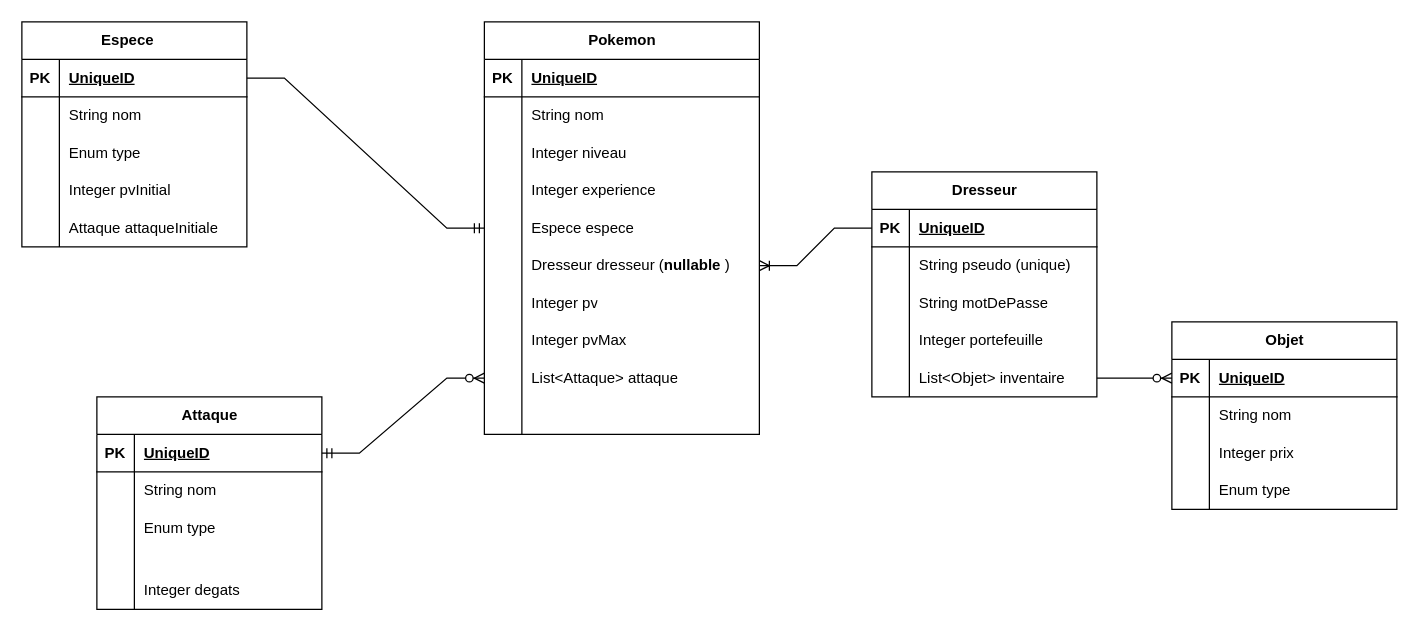
2024-06-24-POE-JAVA-NIORT-DISTANCIEL/tp-rest-pokemon-groupe-3 keeps this draw.io diagram as TP Pokemon.drawio.xml. Above is the earlier version. Source tidied: cells renumbered, new cells numbered last; positions are measured from the earlier drawing's top-left corner, leaving out a move shared by most shapes. Both pictures are drawn from the tidied source at 125%, with x=0, y=0 at pixel (21, 21).
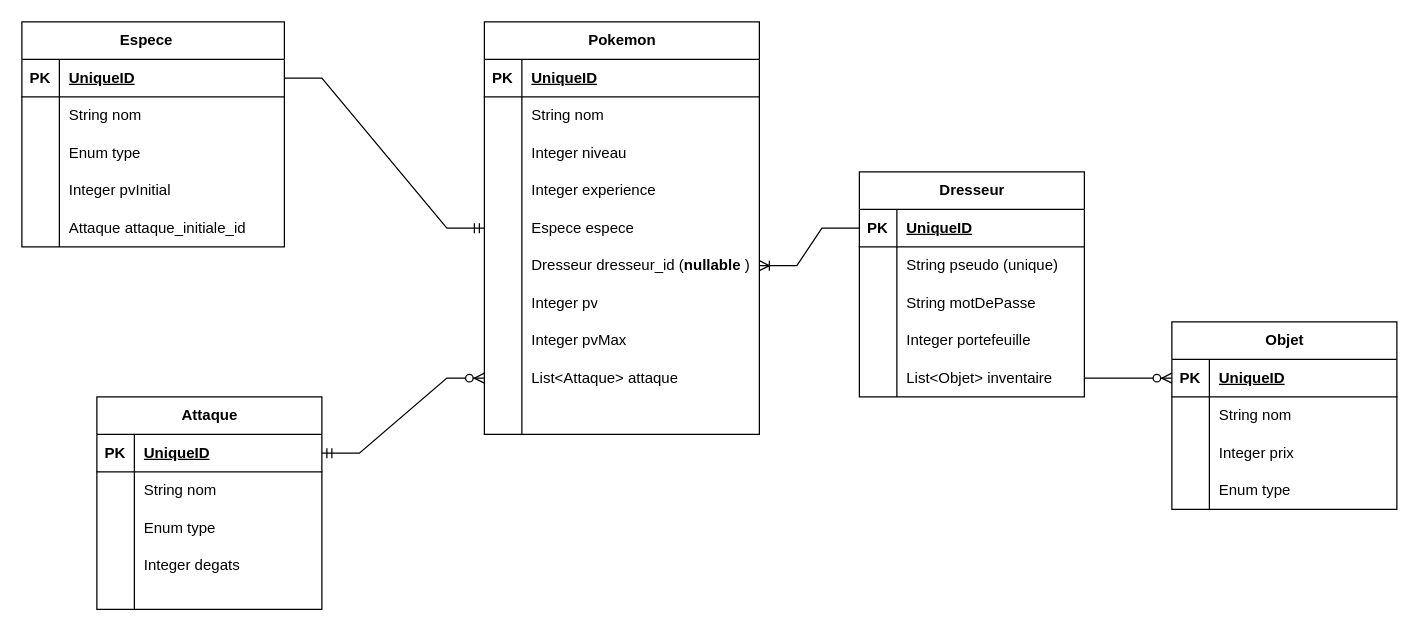
Above is the later version.

The change refers to these unchanged cells:
```xml
<mxCell id="18" style="shape=tableRow;horizontal=0;startSize=0;swimlaneHead=0;swimlaneBody=0;fillColor=none;points=[[0,0.5],[1,0.5]];portConstraint=eastwest;top=0;left=0;right=0;bottom=0;" parent="2" vertex="1">
  <mxGeometry y="180" width="220" height="30" as="geometry" />
</mxCell>
<mxCell id="49" value="Attaque" style="shape=table;startSize=30;childLayout=tableLayout;rowLines=0;fontStyle=1;align=center;html=1;" parent="1" vertex="1">
  <mxGeometry x="60" y="300" width="180" height="170" as="geometry" />
</mxCell>
```

Change to the diagram source:
```diff
@@
-    <mxCell id="20" value="Dresseur dresseur (&lt;strong&gt;nullable&lt;/strong&gt; )" style="shape=partialRectangle;fillColor=none;top=0;left=0;bottom=0;right=0;align=left;spacingLeft=6;overflow=hidden;whiteSpace=wrap;html=1;" parent="18" vertex="1">
+    <mxCell id="20" value="Dresseur dresseur_id (&lt;strong&gt;nullable&lt;/strong&gt; )" style="shape=partialRectangle;fillColor=none;top=0;left=0;bottom=0;right=0;align=left;spacingLeft=6;overflow=hidden;whiteSpace=wrap;html=1;" parent="18" vertex="1">
       <mxGeometry x="30" width="190" height="30" as="geometry" />
     </mxCell>
@@
     <mxCell id="33" value="Espece&lt;span style=&quot;white-space: pre;&quot;&gt;&#9;&lt;/span&gt;" style="shape=table;startSize=30;childLayout=tableLayout;rowLines=0;fontStyle=1;align=center;html=1;" parent="1" vertex="1">
-      <mxGeometry width="180" height="180" as="geometry" />
+      <mxGeometry width="210" height="180" as="geometry" />
     </mxCell>
     <mxCell id="34" style="shape=tableRow;horizontal=0;startSize=0;swimlaneHead=0;swimlaneBody=0;fillColor=none;points=[[0,0.5],[1,0.5]];portConstraint=eastwest;top=0;left=0;right=0;bottom=1;" parent="33" vertex="1">
-      <mxGeometry y="30" width="180" height="30" as="geometry" />
+      <mxGeometry y="30" width="210" height="30" as="geometry" />
     </mxCell>
@@
     <mxCell id="36" value="UniqueID" style="shape=partialRectangle;fillColor=none;top=0;left=0;bottom=0;right=0;align=left;spacingLeft=6;fontStyle=5;overflow=hidden;whiteSpace=wrap;html=1;" parent="34" vertex="1">
-      <mxGeometry x="30" width="150" height="30" as="geometry" />
+      <mxGeometry x="30" width="180" height="30" as="geometry" />
     </mxCell>
     <mxCell id="37" style="shape=tableRow;horizontal=0;startSize=0;swimlaneHead=0;swimlaneBody=0;fillColor=none;top=0;left=0;right=0;bottom=0;" parent="33" vertex="1">
-      <mxGeometry y="60" width="180" height="30" as="geometry" />
+      <mxGeometry y="60" width="210" height="30" as="geometry" />
     </mxCell>
@@
     <mxCell id="39" value="String nom" style="shape=partialRectangle;fillColor=none;top=0;left=0;bottom=0;right=0;align=left;spacingLeft=6;overflow=hidden;whiteSpace=wrap;html=1;" parent="37" vertex="1">
-      <mxGeometry x="30" width="150" height="30" as="geometry" />
+      <mxGeometry x="30" width="180" height="30" as="geometry" />
     </mxCell>
     <mxCell id="40" style="shape=tableRow;horizontal=0;startSize=0;swimlaneHead=0;swimlaneBody=0;fillColor=none;top=0;left=0;right=0;bottom=0;" parent="33" vertex="1">
-      <mxGeometry y="90" width="180" height="30" as="geometry" />
+      <mxGeometry y="90" width="210" height="30" as="geometry" />
     </mxCell>
@@
     <mxCell id="42" value="Enum type" style="shape=partialRectangle;fillColor=none;top=0;left=0;bottom=0;right=0;align=left;spacingLeft=6;overflow=hidden;whiteSpace=wrap;html=1;" parent="40" vertex="1">
-      <mxGeometry x="30" width="150" height="30" as="geometry" />
+      <mxGeometry x="30" width="180" height="30" as="geometry" />
     </mxCell>
     <mxCell id="43" style="shape=tableRow;horizontal=0;startSize=0;swimlaneHead=0;swimlaneBody=0;fillColor=none;top=0;left=0;right=0;bottom=0;" parent="33" vertex="1">
-      <mxGeometry y="120" width="180" height="30" as="geometry" />
+      <mxGeometry y="120" width="210" height="30" as="geometry" />
     </mxCell>
@@
     <mxCell id="45" value="Integer pvInitial" style="shape=partialRectangle;fillColor=none;top=0;left=0;bottom=0;right=0;align=left;spacingLeft=6;overflow=hidden;whiteSpace=wrap;html=1;" parent="43" vertex="1">
-      <mxGeometry x="30" width="150" height="30" as="geometry" />
+      <mxGeometry x="30" width="180" height="30" as="geometry" />
     </mxCell>
     <mxCell id="46" style="shape=tableRow;horizontal=0;startSize=0;swimlaneHead=0;swimlaneBody=0;fillColor=none;top=0;left=0;right=0;bottom=0;" parent="33" vertex="1">
-      <mxGeometry y="150" width="180" height="30" as="geometry" />
+      <mxGeometry y="150" width="210" height="30" as="geometry" />
     </mxCell>
@@
-    <mxCell id="48" value="&lt;div&gt;Attaque attaqueInitiale&lt;/div&gt;" style="shape=partialRectangle;fillColor=none;top=0;left=0;bottom=0;right=0;align=left;spacingLeft=6;overflow=hidden;whiteSpace=wrap;html=1;" parent="46" vertex="1">
-      <mxGeometry x="30" width="150" height="30" as="geometry" />
+    <mxCell id="48" value="&lt;div&gt;Attaque attaque_initiale_id&lt;/div&gt;" style="shape=partialRectangle;fillColor=none;top=0;left=0;bottom=0;right=0;align=left;spacingLeft=6;overflow=hidden;whiteSpace=wrap;html=1;" parent="46" vertex="1">
+      <mxGeometry x="30" width="180" height="30" as="geometry" />
     </mxCell>
@@
+    <mxCell id="62" style="shape=tableRow;horizontal=0;startSize=0;swimlaneHead=0;swimlaneBody=0;fillColor=none;top=0;left=0;right=0;bottom=0;" parent="49" vertex="1">
+      <mxGeometry y="120" width="180" height="30" as="geometry" />
+    </mxCell>
+    <mxCell id="63" style="shape=partialRectangle;fillColor=none;top=0;left=0;bottom=0;right=0;overflow=hidden;whiteSpace=wrap;html=1;" parent="62" vertex="1">
+      <mxGeometry width="30" height="30" as="geometry" />
+    </mxCell>
+    <mxCell id="64" value="Integer degats" style="shape=partialRectangle;fillColor=none;top=0;left=0;bottom=0;right=0;align=left;spacingLeft=6;overflow=hidden;whiteSpace=wrap;html=1;" parent="62" vertex="1">
+      <mxGeometry x="30" width="150" height="30" as="geometry" />
+    </mxCell>
-    <mxCell id="59" style="shape=tableRow;horizontal=0;startSize=0;swimlaneHead=0;swimlaneBody=0;fillColor=none;top=0;left=0;right=0;bottom=0;" parent="49" vertex="1">
-      <mxGeometry y="120" width="180" height="20" as="geometry" />
+    <mxCell id="59" style="shape=tableRow;horizontal=0;startSize=0;swimlaneHead=0;swimlaneBody=0;fillColor=none;top=0;left=0;right=0;bottom=0;swimlaneLine=1;strokeColor=default;" parent="49" vertex="1">
+      <mxGeometry y="150" width="180" height="20" as="geometry" />
     </mxCell>
@@
-    <mxCell id="62" style="shape=tableRow;horizontal=0;startSize=0;swimlaneHead=0;swimlaneBody=0;fillColor=none;top=0;left=0;right=0;bottom=0;" parent="49" vertex="1">
-      <mxGeometry y="140" width="180" height="30" as="geometry" />
-    </mxCell>
-    <mxCell id="63" style="shape=partialRectangle;fillColor=none;top=0;left=0;bottom=0;right=0;overflow=hidden;whiteSpace=wrap;html=1;" parent="62" vertex="1">
-      <mxGeometry width="30" height="30" as="geometry" />
-    </mxCell>
-    <mxCell id="64" value="Integer degats" style="shape=partialRectangle;fillColor=none;top=0;left=0;bottom=0;right=0;align=left;spacingLeft=6;overflow=hidden;whiteSpace=wrap;html=1;" parent="62" vertex="1">
-      <mxGeometry x="30" width="150" height="30" as="geometry" />
-    </mxCell>
     <mxCell id="65" value="Dresseur" style="shape=table;startSize=30;childLayout=tableLayout;rowLines=0;fontStyle=1;align=center;html=1;" parent="1" vertex="1">
-      <mxGeometry x="680" y="120" width="180" height="180" as="geometry" />
+      <mxGeometry x="670" y="120" width="180" height="180" as="geometry" />
     </mxCell>
```
